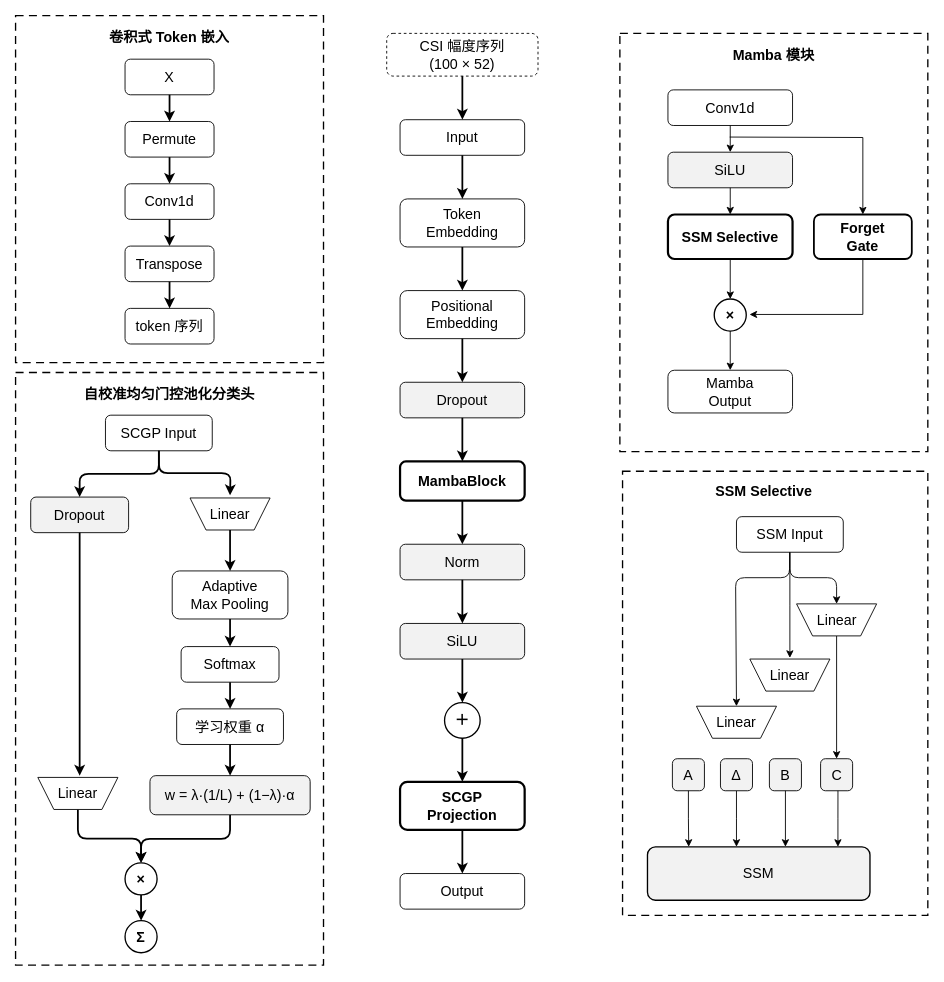
DreamMaker-Liang/MAYI keeps this draw.io diagram as lf-mamba-sense-arch-bw.drawio. Above is the earlier version. Source tidied: cells renumbered, new cells numbered last; positions are measured from the earlier drawing's top-left corner, leaving out a move shared by most shapes. Both pictures are drawn from the tidied source at 89%, with x=0, y=0 at pixel (15, 15).
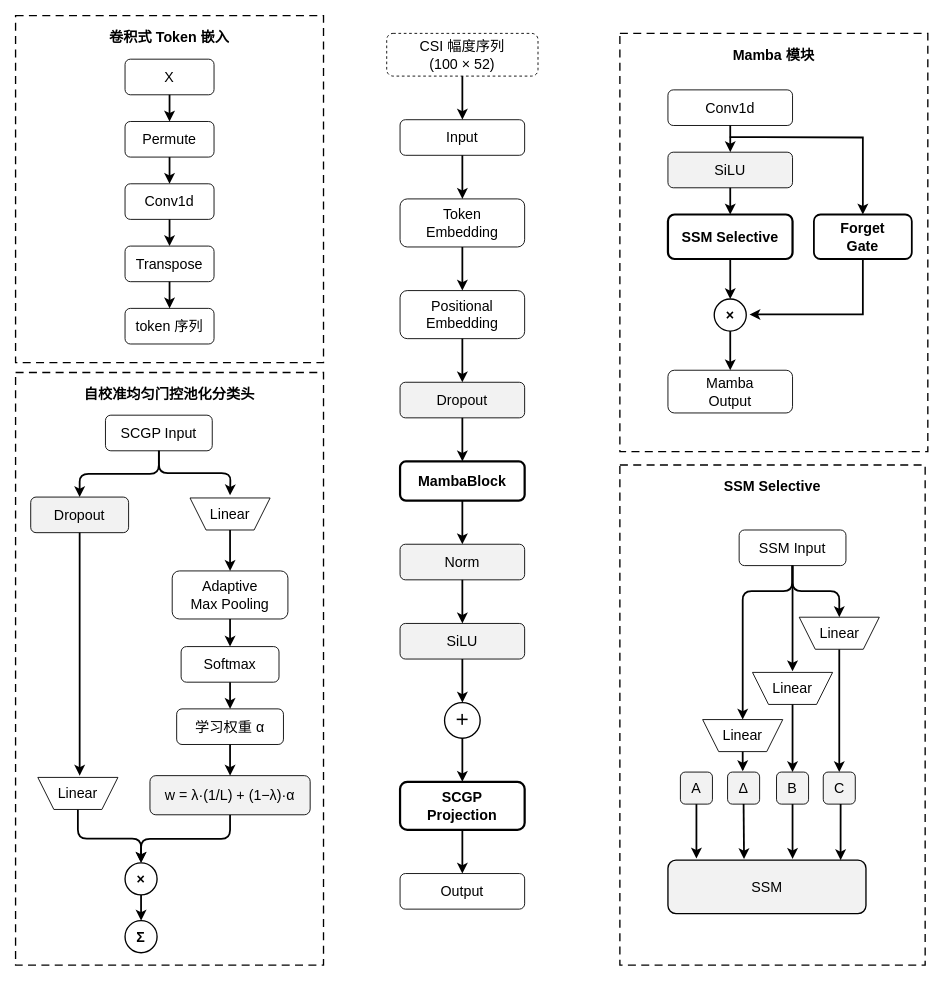
The same diagram, later.

The change refers to these unchanged cells:
```xml
<mxCell id="17" value="Conv1d" style="rounded=1;whiteSpace=wrap;html=1;fillColor=#FFFFFF;strokeColor=#000000;fontSize=16;roundedPerimeter=1;" parent="1" vertex="1">
  <mxGeometry x="733" y="83.5" width="140" height="40" as="geometry" />
</mxCell>
<mxCell id="19" value="SiLU" style="rounded=1;whiteSpace=wrap;html=1;fillColor=#F2F2F2;strokeColor=#000000;fontSize=16;roundedPerimeter=1;" parent="1" vertex="1">
  <mxGeometry x="733" y="153.5" width="140" height="40" as="geometry" />
</mxCell>
<mxCell id="20" value="SSM Selective" style="rounded=1;whiteSpace=wrap;html=1;fillColor=#FFFFFF;strokeColor=#000000;strokeWidth=2.5;fontSize=16;fontStyle=1;roundedPerimeter=1;" parent="1" vertex="1">
  <mxGeometry x="733" y="223.5" width="140" height="50" as="geometry" />
</mxCell>
<mxCell id="21" value="Forget&#10;Gate" style="rounded=1;whiteSpace=wrap;html=1;fillColor=#FFFFFF;strokeColor=#000000;strokeWidth=2;fontSize=16;fontStyle=1;roundedPerimeter=1;" parent="1" vertex="1">
  <mxGeometry x="897" y="223.5" width="110" height="50" as="geometry" />
</mxCell>
<mxCell id="22" value="×" style="ellipse;whiteSpace=wrap;html=1;fillColor=#FFFFFF;strokeColor=#000000;strokeWidth=1.5;fontSize=16;fontStyle=1;" parent="1" vertex="1">
  <mxGeometry x="785" y="318.5" width="36" height="36" as="geometry" />
</mxCell>
<mxCell id="23" value="Mamba&#10;Output" style="rounded=1;whiteSpace=wrap;html=1;fillColor=#FFFFFF;strokeColor=#000000;fontSize=16;roundedPerimeter=1;" parent="1" vertex="1">
  <mxGeometry x="733" y="398.5" width="140" height="48" as="geometry" />
</mxCell>
<mxCell id="87" style="shape=trapezoid;perimeter=trapezoidPerimeter;whiteSpace=wrap;html=1;fillColor=#FFFFFF;strokeColor=#000000;fontSize=16;fixedSize=1;size=18;rotation=-180;" parent="86" vertex="1">
  <mxGeometry width="90" height="36" as="geometry" />
</mxCell>
<mxCell id="90" style="shape=trapezoid;perimeter=trapezoidPerimeter;whiteSpace=wrap;html=1;fillColor=#FFFFFF;strokeColor=#000000;fontSize=16;fixedSize=1;size=18;rotation=-180;" parent="89" vertex="1">
  <mxGeometry width="90" height="36" as="geometry" />
</mxCell>
<mxCell id="93" style="shape=trapezoid;perimeter=trapezoidPerimeter;whiteSpace=wrap;html=1;fillColor=#FFFFFF;strokeColor=#000000;fontSize=16;fixedSize=1;size=18;rotation=-180;" parent="92" vertex="1">
  <mxGeometry width="90" height="36" as="geometry" />
</mxCell>
```

The edit, as a diff of the source:
```diff
@@
-    <mxCell id="5" style="rounded=0;whiteSpace=wrap;html=1;fillColor=none;strokeColor=#000000;dashed=1;dashPattern=6 4;strokeWidth=1.5;fontSize=14;fontStyle=1;verticalAlign=top;fontColor=#000000;spacingTop=8;" parent="1" vertex="1">
-      <mxGeometry x="682" y="512" width="343" height="499" as="geometry" />
+    <mxCell id="5" value="&lt;b style=&quot;font-size: 16px;&quot;&gt;SSM Selective&lt;/b&gt;" style="rounded=0;whiteSpace=wrap;html=1;fillColor=none;strokeColor=#000000;dashed=1;dashPattern=6 4;strokeWidth=1.5;fontSize=14;fontStyle=1;verticalAlign=top;fontColor=#000000;spacingTop=8;" parent="1" vertex="1">
+      <mxGeometry x="679" y="505" width="343" height="562" as="geometry" />
     </mxCell>
@@
-    <mxCell id="18" style="edgeStyle=orthogonalEdgeStyle;rounded=0;jettySize=auto;html=1;entryX=0.5;entryY=0;entryDx=0;entryDy=0;" parent="1" edge="1" target="21">
+    <mxCell id="18" style="edgeStyle=orthogonalEdgeStyle;rounded=0;jettySize=auto;html=1;entryX=0.5;entryY=0;entryDx=0;entryDy=0;strokeWidth=2;" parent="1" edge="1" target="21">
       <mxGeometry relative="1" as="geometry">
         <mxPoint x="802.4" y="136.5" as="sourcePoint" />
       </mxGeometry>
     </mxCell>
@@
-    <mxCell id="24" style="edgeStyle=orthogonalEdgeStyle;rounded=0;jettySize=auto;html=1;" parent="1" edge="1" source="25">
+    <mxCell id="24" style="edgeStyle=orthogonalEdgeStyle;rounded=0;jettySize=auto;html=1;strokeWidth=2;" parent="1" edge="1" source="25">
       <mxGeometry relative="1" as="geometry">
-        <mxPoint x="870" y="721.7" as="targetPoint" />
+        <mxPoint x="873" y="736.7" as="targetPoint" />
       </mxGeometry>
     </mxCell>
     <mxCell id="25" value="SSM Input" style="rounded=1;whiteSpace=wrap;html=1;fillColor=#FFFFFF;strokeColor=#000000;fontSize=16;roundedPerimeter=1;" parent="1" vertex="1">
-      <mxGeometry x="810" y="563" width="120" height="40" as="geometry" />
+      <mxGeometry x="813" y="578" width="120" height="40" as="geometry" />
     </mxCell>
     <mxCell id="26" value="A" style="rounded=1;whiteSpace=wrap;html=1;fillColor=#F2F2F2;strokeColor=#000000;fontSize=16;roundedPerimeter=1;" parent="1" vertex="1">
-      <mxGeometry x="738" y="835" width="36" height="36" as="geometry" />
+      <mxGeometry x="747" y="850" width="36" height="36" as="geometry" />
     </mxCell>
-    <mxCell id="27" style="edgeStyle=orthogonalEdgeStyle;rounded=0;jettySize=auto;html=1;exitX=0.5;exitY=1;exitDx=0;exitDy=0;" parent="1" edge="1" source="28">
+    <mxCell id="27" style="rounded=0;jettySize=auto;html=1;exitX=0.5;exitY=1;exitDx=0;exitDy=0;strokeWidth=2;" parent="1" edge="1" source="28">
       <mxGeometry relative="1" as="geometry">
-        <mxPoint x="810" y="934" as="targetPoint" />
+        <mxPoint x="818.5" y="947.8" as="targetPoint" />
       </mxGeometry>
     </mxCell>
     <mxCell id="28" value="Δ" style="rounded=1;whiteSpace=wrap;html=1;fillColor=#F2F2F2;strokeColor=#000000;fontSize=16;roundedPerimeter=1;" parent="1" vertex="1">
-      <mxGeometry x="792" y="835" width="36" height="36" as="geometry" />
+      <mxGeometry x="800" y="850" width="36" height="36" as="geometry" />
     </mxCell>
     <mxCell id="29" value="B" style="rounded=1;whiteSpace=wrap;html=1;fillColor=#F2F2F2;strokeColor=#000000;fontSize=16;roundedPerimeter=1;" parent="1" vertex="1">
-      <mxGeometry x="847" y="835" width="36" height="36" as="geometry" />
+      <mxGeometry x="855" y="850" width="36" height="36" as="geometry" />
     </mxCell>
     <mxCell id="30" value="C" style="rounded=1;whiteSpace=wrap;html=1;fillColor=#F2F2F2;strokeColor=#000000;fontSize=16;roundedPerimeter=1;" parent="1" vertex="1">
-      <mxGeometry x="904.5" y="835" width="36" height="36" as="geometry" />
+      <mxGeometry x="907.5" y="850" width="36" height="36" as="geometry" />
     </mxCell>
     <mxCell id="31" value="SSM" style="rounded=1;whiteSpace=wrap;html=1;fillColor=#F2F2F2;strokeColor=#000000;strokeWidth=1.5;fontSize=16;roundedPerimeter=1;" parent="1" vertex="1">
-      <mxGeometry x="710" y="934" width="250" height="60" as="geometry" />
+      <mxGeometry x="733" y="949" width="222.5" height="60" as="geometry" />
     </mxCell>
@@
-    <mxCell id="56" style="edgeStyle=orthogonalEdgeStyle;rounded=0;html=1;strokeColor=#000000;" parent="1" edge="1" source="17" target="19">
+    <mxCell id="56" style="edgeStyle=orthogonalEdgeStyle;rounded=0;html=1;strokeColor=#000000;strokeWidth=2;" parent="1" edge="1" source="17" target="19">
       <mxGeometry relative="1" as="geometry">
         <Array as="points">
           <mxPoint x="803" y="122.5" />
         </Array>
       </mxGeometry>
     </mxCell>
-    <mxCell id="57" style="edgeStyle=orthogonalEdgeStyle;rounded=0;html=1;strokeColor=#000000;" parent="1" edge="1" source="19" target="20">
+    <mxCell id="57" style="edgeStyle=orthogonalEdgeStyle;rounded=0;html=1;strokeColor=#000000;strokeWidth=2;" parent="1" edge="1" source="19" target="20">
       <mxGeometry relative="1" as="geometry" />
     </mxCell>
-    <mxCell id="58" style="edgeStyle=orthogonalEdgeStyle;rounded=0;html=1;strokeColor=#000000;" parent="1" edge="1" source="20" target="22">
+    <mxCell id="58" style="edgeStyle=orthogonalEdgeStyle;rounded=0;html=1;strokeColor=#000000;strokeWidth=2;" parent="1" edge="1" source="20" target="22">
       <mxGeometry relative="1" as="geometry" />
     </mxCell>
-    <mxCell id="59" style="edgeStyle=orthogonalEdgeStyle;rounded=0;html=1;strokeColor=#000000;" parent="1" edge="1" source="22" target="23">
+    <mxCell id="59" style="edgeStyle=orthogonalEdgeStyle;rounded=0;html=1;strokeColor=#000000;strokeWidth=2;" parent="1" edge="1" source="22" target="23">
       <mxGeometry relative="1" as="geometry" />
     </mxCell>
-    <mxCell id="60" style="edgeStyle=orthogonalEdgeStyle;rounded=1;html=1;strokeColor=#000000;exitX=0.497;exitY=1.108;entryX=0.5;entryY=1;exitDx=0;exitDy=0;entryDx=0;entryDy=0;curved=0;" parent="1" edge="1" source="25" target="93">
+    <mxCell id="60" style="edgeStyle=orthogonalEdgeStyle;rounded=1;html=1;strokeColor=#000000;exitX=0.497;exitY=1.108;entryX=0.5;entryY=1;exitDx=0;exitDy=0;entryDx=0;entryDy=0;curved=0;strokeWidth=2;" parent="1" edge="1" source="25" target="93">
       <mxGeometry relative="1" as="geometry">
         <Array as="points">
-          <mxPoint x="869.7" y="631.6" />
-          <mxPoint x="809" y="631.6" />
+          <mxPoint x="872.7" y="646.6" />
+          <mxPoint x="817" y="646.6" />
         </Array>
       </mxGeometry>
     </mxCell>
-    <mxCell id="61" style="edgeStyle=orthogonalEdgeStyle;rounded=1;html=1;strokeColor=#000000;exitX=0.5;exitY=1;entryX=0.5;entryY=1;entryDx=0;entryDy=0;exitDx=0;exitDy=0;curved=0;" parent="1" edge="1" source="25" target="87">
+    <mxCell id="61" style="edgeStyle=orthogonalEdgeStyle;rounded=1;html=1;strokeColor=#000000;exitX=0.5;exitY=1;entryX=0.5;entryY=1;entryDx=0;entryDy=0;exitDx=0;exitDy=0;curved=0;strokeWidth=2;" parent="1" edge="1" source="25" target="87">
       <mxGeometry relative="1" as="geometry">
         <Array as="points">
-          <mxPoint x="870" y="631.6" />
-          <mxPoint x="922.5" y="631.6" />
+          <mxPoint x="873" y="646.6" />
+          <mxPoint x="925.5" y="646.6" />
         </Array>
       </mxGeometry>
     </mxCell>
-    <mxCell id="62" style="edgeStyle=orthogonalEdgeStyle;rounded=0;html=1;strokeColor=#000000;exitX=0.5;exitY=0;entryX=0.5;entryY=0;exitDx=0;exitDy=0;" parent="1" edge="1" source="87" target="30">
+    <mxCell id="62" style="edgeStyle=orthogonalEdgeStyle;rounded=0;html=1;strokeColor=#000000;exitX=0.5;exitY=0;entryX=0.5;entryY=0;exitDx=0;exitDy=0;strokeWidth=2;" parent="1" edge="1" source="87" target="30">
       <mxGeometry relative="1" as="geometry" />
     </mxCell>
-    <mxCell id="63" style="edgeStyle=orthogonalEdgeStyle;rounded=0;html=1;strokeColor=#000000;exitX=0.5;exitY=1;entryX=0.22;entryY=0.055;entryDx=0;entryDy=0;" parent="1" edge="1" source="26" target="31">
-      <mxGeometry relative="1" as="geometry" />
+    <mxCell id="63" style="edgeStyle=orthogonalEdgeStyle;rounded=0;html=1;strokeColor=#000000;exitX=0.5;exitY=1;strokeWidth=2;" parent="1" edge="1" source="26">
+      <mxGeometry relative="1" as="geometry">
+        <mxPoint x="765" y="947.1" as="targetPoint" />
+      </mxGeometry>
     </mxCell>
-    <mxCell id="64" style="edgeStyle=orthogonalEdgeStyle;rounded=0;html=1;strokeColor=#000000;exitX=0.5;exitY=1;entryX=0.62;entryY=0;" parent="1" edge="1" source="29" target="31">
-      <mxGeometry relative="1" as="geometry" />
+    <mxCell id="64" style="edgeStyle=orthogonalEdgeStyle;rounded=0;html=1;strokeColor=#000000;exitX=0.5;exitY=1;strokeWidth=2;" parent="1" edge="1" source="29">
+      <mxGeometry relative="1" as="geometry">
+        <mxPoint x="873" y="947.6" as="targetPoint" />
+      </mxGeometry>
     </mxCell>
-    <mxCell id="65" style="edgeStyle=orthogonalEdgeStyle;rounded=0;html=1;strokeColor=#000000;exitX=0.545;exitY=1.03;exitDx=0;exitDy=0;" parent="1" edge="1" source="30">
+    <mxCell id="65" style="edgeStyle=orthogonalEdgeStyle;rounded=0;html=1;strokeColor=#000000;exitX=0.545;exitY=1.03;exitDx=0;exitDy=0;strokeWidth=2;" parent="1" edge="1" source="30">
       <mxGeometry relative="1" as="geometry">
-        <mxPoint x="924" y="934" as="targetPoint" />
+        <mxPoint x="927" y="949" as="targetPoint" />
       </mxGeometry>
     </mxCell>
@@
-    <mxCell id="79" style="edgeStyle=orthogonalEdgeStyle;rounded=0;jettySize=auto;html=1;entryX=1.102;entryY=0.481;entryDx=0;entryDy=0;entryPerimeter=0;exitX=0.5;exitY=1;exitDx=0;exitDy=0;" parent="1" edge="1" source="21" target="22">
+    <mxCell id="79" style="edgeStyle=orthogonalEdgeStyle;rounded=0;jettySize=auto;html=1;entryX=1.102;entryY=0.481;entryDx=0;entryDy=0;entryPerimeter=0;exitX=0.5;exitY=1;exitDx=0;exitDy=0;strokeWidth=2;" parent="1" edge="1" source="21" target="22">
       <mxGeometry relative="1" as="geometry">
         <Array as="points">
           <mxPoint x="952" y="335.8" />
         </Array>
       </mxGeometry>
     </mxCell>
@@
     <mxCell id="86" style="group;" parent="1" vertex="1">
-      <mxGeometry x="877.5" y="661" width="90" height="36" as="geometry" />
+      <mxGeometry x="880.5" y="676" width="90" height="36" as="geometry" />
     </mxCell>
@@
     <mxCell id="89" style="group;" parent="1" vertex="1">
-      <mxGeometry x="825" y="723" width="90" height="36" as="geometry" />
+      <mxGeometry x="828" y="738" width="90" height="36" as="geometry" />
     </mxCell>
@@
-    <mxCell id="92" style="group;" parent="1" vertex="1">
-      <mxGeometry x="765" y="776" width="90" height="36" as="geometry" />
+    <mxCell id="92" style="group;strokeWidth=2;" parent="1" vertex="1">
+      <mxGeometry x="772" y="791" width="90" height="36" as="geometry" />
     </mxCell>
+    <mxCell id="96" style="edgeStyle=orthogonalEdgeStyle;rounded=0;jettySize=auto;html=1;strokeWidth=2;" parent="92" edge="1" source="93">
+      <mxGeometry relative="1" as="geometry">
+        <mxPoint x="45" y="58" as="targetPoint" />
+      </mxGeometry>
+    </mxCell>
@@
-    <mxCell id="95" value="&lt;b&gt;SSM Selective&lt;/b&gt;" style="text;html=1;whiteSpace=wrap;strokeColor=none;fillColor=none;align=center;verticalAlign=middle;rounded=0;fontSize=16;" parent="1" vertex="1">
-      <mxGeometry x="774" y="518.8" width="134" height="30" as="geometry" />
-    </mxCell>
+    <mxCell id="97" style="edgeStyle=orthogonalEdgeStyle;rounded=0;jettySize=auto;html=1;entryX=0.5;entryY=0;entryDx=0;entryDy=0;exitX=0.5;exitY=0;exitDx=0;exitDy=0;strokeWidth=2;" parent="1" edge="1" source="90" target="29">
+      <mxGeometry relative="1" as="geometry" />
+    </mxCell>
```
